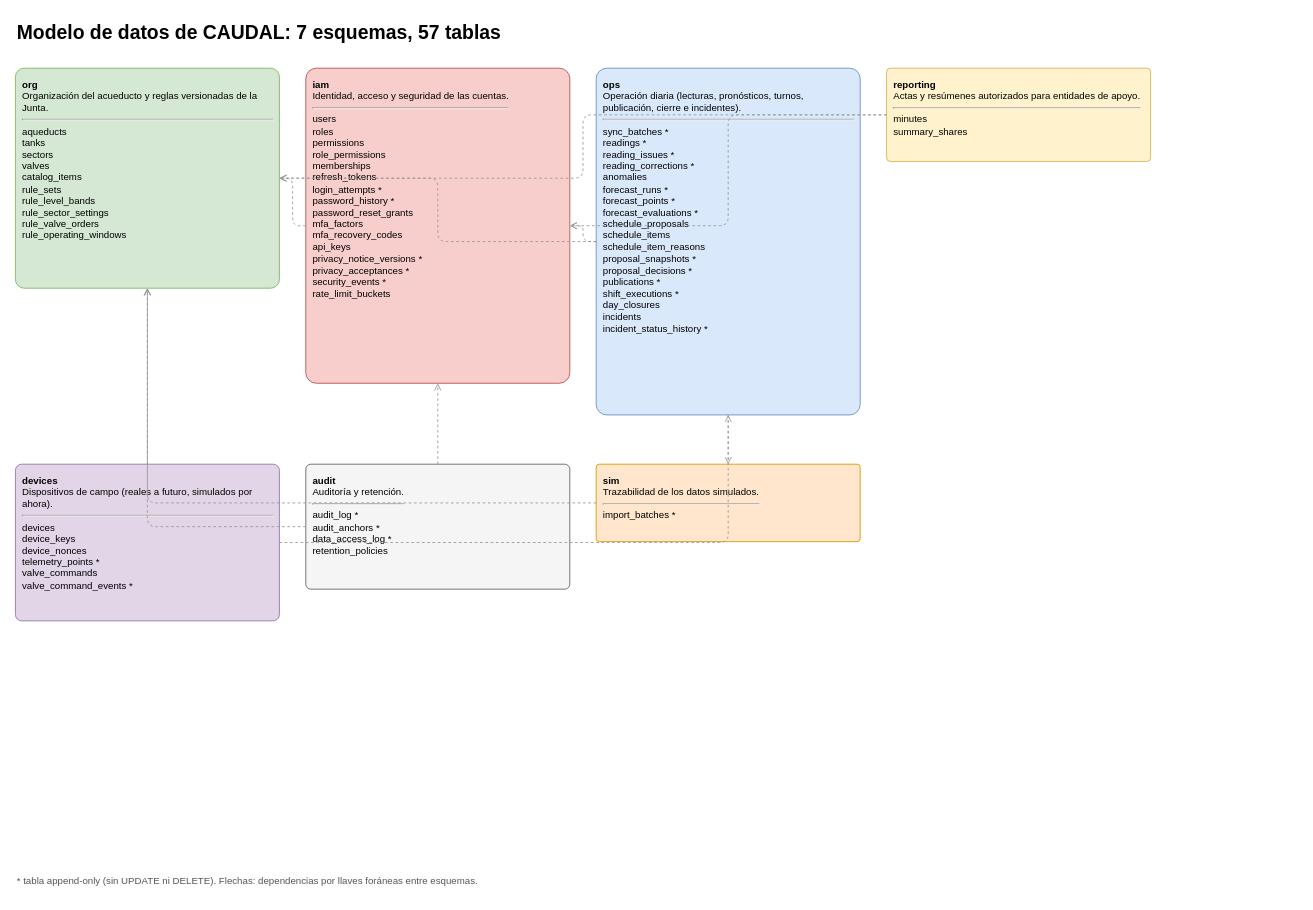
The draw.io diagram page "Vista general" (1 of 7) of docs/images/modelo-de-datos.drawio in NicoalsD/caudal-backend, before the edit. Source tidied: cells renumbered, new cells numbered last; positions are measured from the earlier drawing's top-left corner, leaving out a move shared by most shapes. Both pictures are drawn from the tidied source at 88%, with x=0, y=0 at pixel (15, 15).
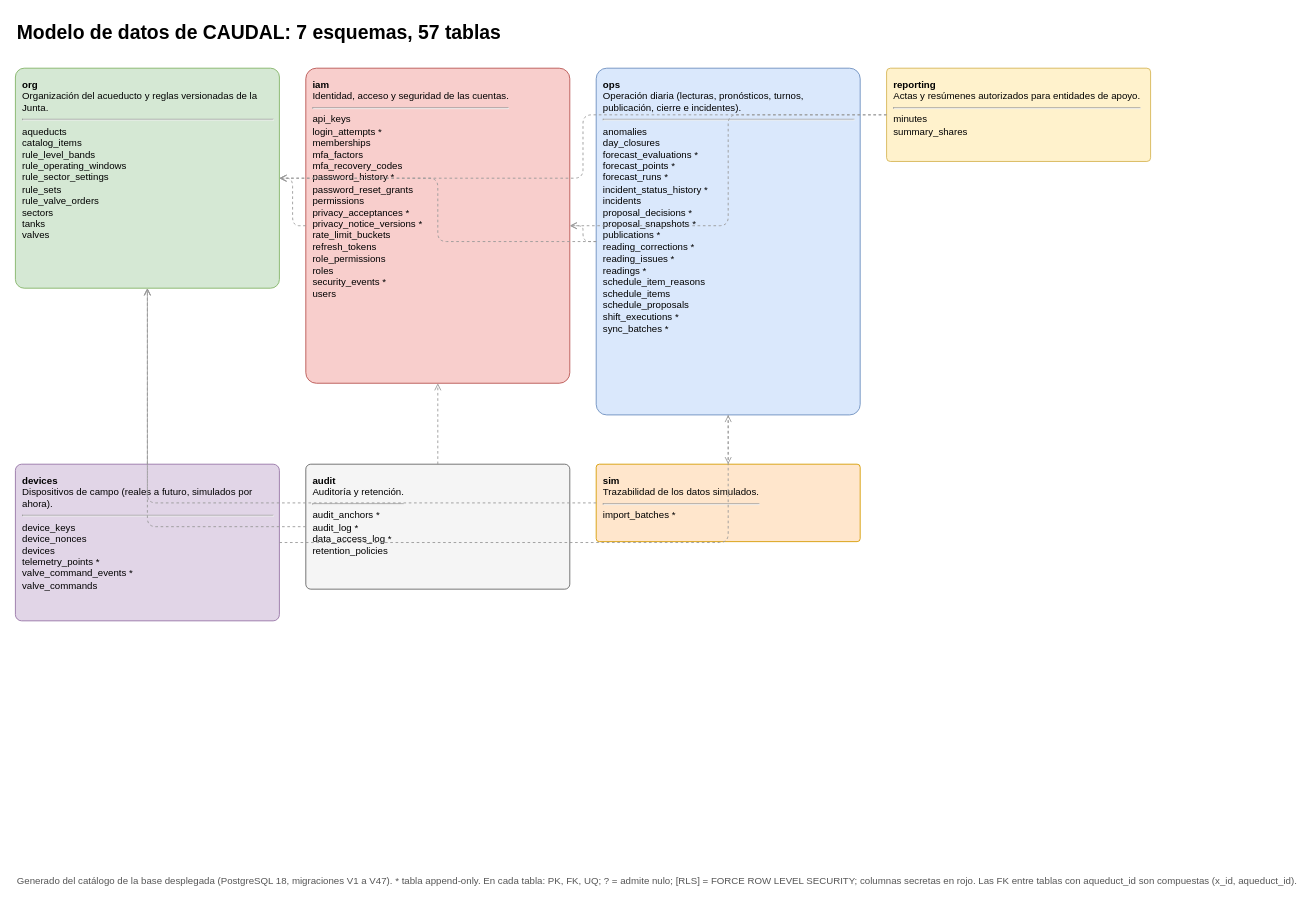
The same diagram, later.

Commit message (it also covers changes not shown here):
docs: actualiza la ERD de los siete esquemas

Diff of the diagram source:
```diff
@@
-    <mxCell id="3" value="&lt;b&gt;org&lt;/b&gt;&lt;br&gt;Organización del acueducto y reglas versionadas de la Junta.&lt;hr&gt;aqueducts&lt;br&gt;tanks&lt;br&gt;sectors&lt;br&gt;valves&lt;br&gt;catalog_items&lt;br&gt;rule_sets&lt;br&gt;rule_level_bands&lt;br&gt;rule_sector_settings&lt;br&gt;rule_valve_orders&lt;br&gt;rule_operating_windows" style="rounded=1;whiteSpace=wrap;html=1;align=left;verticalAlign=top;spacing=8;fillColor=#d5e8d4;strokeColor=#82b366;fontSize=11;arcSize=4;" parent="1" vertex="1">
+    <mxCell id="3" value="&lt;b&gt;org&lt;/b&gt;&lt;br&gt;Organización del acueducto y reglas versionadas de la Junta.&lt;hr&gt;aqueducts&lt;br&gt;catalog_items&lt;br&gt;rule_level_bands&lt;br&gt;rule_operating_windows&lt;br&gt;rule_sector_settings&lt;br&gt;rule_sets&lt;br&gt;rule_valve_orders&lt;br&gt;sectors&lt;br&gt;tanks&lt;br&gt;valves" style="rounded=1;whiteSpace=wrap;html=1;align=left;verticalAlign=top;spacing=8;fillColor=#d5e8d4;strokeColor=#82b366;fontSize=11;arcSize=4;" parent="1" vertex="1">
       <mxGeometry y="60" width="300" height="250" as="geometry" />
     </mxCell>
-    <mxCell id="4" value="&lt;b&gt;iam&lt;/b&gt;&lt;br&gt;Identidad, acceso y seguridad de las cuentas.&lt;hr&gt;users&lt;br&gt;roles&lt;br&gt;permissions&lt;br&gt;role_permissions&lt;br&gt;memberships&lt;br&gt;refresh_tokens&lt;br&gt;login_attempts *&lt;br&gt;password_history *&lt;br&gt;password_reset_grants&lt;br&gt;mfa_factors&lt;br&gt;mfa_recovery_codes&lt;br&gt;api_keys&lt;br&gt;privacy_notice_versions *&lt;br&gt;privacy_acceptances *&lt;br&gt;security_events *&lt;br&gt;rate_limit_buckets" style="rounded=1;whiteSpace=wrap;html=1;align=left;verticalAlign=top;spacing=8;fillColor=#f8cecc;strokeColor=#b85450;fontSize=11;arcSize=4;" parent="1" vertex="1">
+    <mxCell id="4" value="&lt;b&gt;iam&lt;/b&gt;&lt;br&gt;Identidad, acceso y seguridad de las cuentas.&lt;hr&gt;api_keys&lt;br&gt;login_attempts *&lt;br&gt;memberships&lt;br&gt;mfa_factors&lt;br&gt;mfa_recovery_codes&lt;br&gt;password_history *&lt;br&gt;password_reset_grants&lt;br&gt;permissions&lt;br&gt;privacy_acceptances *&lt;br&gt;privacy_notice_versions *&lt;br&gt;rate_limit_buckets&lt;br&gt;refresh_tokens&lt;br&gt;role_permissions&lt;br&gt;roles&lt;br&gt;security_events *&lt;br&gt;users" style="rounded=1;whiteSpace=wrap;html=1;align=left;verticalAlign=top;spacing=8;fillColor=#f8cecc;strokeColor=#b85450;fontSize=11;arcSize=4;" parent="1" vertex="1">
       <mxGeometry x="330" y="60" width="300" height="358" as="geometry" />
     </mxCell>
-    <mxCell id="5" value="&lt;b&gt;ops&lt;/b&gt;&lt;br&gt;Operación diaria (lecturas, pronósticos, turnos, publicación, cierre e incidentes).&lt;hr&gt;sync_batches *&lt;br&gt;readings *&lt;br&gt;reading_issues *&lt;br&gt;reading_corrections *&lt;br&gt;anomalies&lt;br&gt;forecast_runs *&lt;br&gt;forecast_points *&lt;br&gt;forecast_evaluations *&lt;br&gt;schedule_proposals&lt;br&gt;schedule_items&lt;br&gt;schedule_item_reasons&lt;br&gt;proposal_snapshots *&lt;br&gt;proposal_decisions *&lt;br&gt;publications *&lt;br&gt;shift_executions *&lt;br&gt;day_closures&lt;br&gt;incidents&lt;br&gt;incident_status_history *" style="rounded=1;whiteSpace=wrap;html=1;align=left;verticalAlign=top;spacing=8;fillColor=#dae8fc;strokeColor=#6c8ebf;fontSize=11;arcSize=4;" parent="1" vertex="1">
+    <mxCell id="5" value="&lt;b&gt;ops&lt;/b&gt;&lt;br&gt;Operación diaria (lecturas, pronósticos, turnos, publicación, cierre e incidentes).&lt;hr&gt;anomalies&lt;br&gt;day_closures&lt;br&gt;forecast_evaluations *&lt;br&gt;forecast_points *&lt;br&gt;forecast_runs *&lt;br&gt;incident_status_history *&lt;br&gt;incidents&lt;br&gt;proposal_decisions *&lt;br&gt;proposal_snapshots *&lt;br&gt;publications *&lt;br&gt;reading_corrections *&lt;br&gt;reading_issues *&lt;br&gt;readings *&lt;br&gt;schedule_item_reasons&lt;br&gt;schedule_items&lt;br&gt;schedule_proposals&lt;br&gt;shift_executions *&lt;br&gt;sync_batches *" style="rounded=1;whiteSpace=wrap;html=1;align=left;verticalAlign=top;spacing=8;fillColor=#dae8fc;strokeColor=#6c8ebf;fontSize=11;arcSize=4;" parent="1" vertex="1">
       <mxGeometry x="660" y="60" width="300" height="394" as="geometry" />
     </mxCell>
@@
-    <mxCell id="7" value="&lt;b&gt;devices&lt;/b&gt;&lt;br&gt;Dispositivos de campo (reales a futuro, simulados por ahora).&lt;hr&gt;devices&lt;br&gt;device_keys&lt;br&gt;device_nonces&lt;br&gt;telemetry_points *&lt;br&gt;valve_commands&lt;br&gt;valve_command_events *" style="rounded=1;whiteSpace=wrap;html=1;align=left;verticalAlign=top;spacing=8;fillColor=#e1d5e7;strokeColor=#9673a6;fontSize=11;arcSize=4;" parent="1" vertex="1">
+    <mxCell id="7" value="&lt;b&gt;devices&lt;/b&gt;&lt;br&gt;Dispositivos de campo (reales a futuro, simulados por ahora).&lt;hr&gt;device_keys&lt;br&gt;device_nonces&lt;br&gt;devices&lt;br&gt;telemetry_points *&lt;br&gt;valve_command_events *&lt;br&gt;valve_commands" style="rounded=1;whiteSpace=wrap;html=1;align=left;verticalAlign=top;spacing=8;fillColor=#e1d5e7;strokeColor=#9673a6;fontSize=11;arcSize=4;" parent="1" vertex="1">
       <mxGeometry y="510" width="300" height="178" as="geometry" />
     </mxCell>
-    <mxCell id="8" value="&lt;b&gt;audit&lt;/b&gt;&lt;br&gt;Auditoría y retención.&lt;hr&gt;audit_log *&lt;br&gt;audit_anchors *&lt;br&gt;data_access_log *&lt;br&gt;retention_policies" style="rounded=1;whiteSpace=wrap;html=1;align=left;verticalAlign=top;spacing=8;fillColor=#f5f5f5;strokeColor=#666666;fontSize=11;arcSize=4;" parent="1" vertex="1">
+    <mxCell id="8" value="&lt;b&gt;audit&lt;/b&gt;&lt;br&gt;Auditoría y retención.&lt;hr&gt;audit_anchors *&lt;br&gt;audit_log *&lt;br&gt;data_access_log *&lt;br&gt;retention_policies" style="rounded=1;whiteSpace=wrap;html=1;align=left;verticalAlign=top;spacing=8;fillColor=#f5f5f5;strokeColor=#666666;fontSize=11;arcSize=4;" parent="1" vertex="1">
       <mxGeometry x="330" y="510" width="300" height="142" as="geometry" />
     </mxCell>
@@
-    <mxCell id="21" value="* tabla append-only (sin UPDATE ni DELETE). Flechas: dependencias por llaves foráneas entre esquemas." style="text;html=1;fontSize=11;align=left;fontColor=#555555;" parent="1" vertex="1">
+    <mxCell id="21" value="Generado del catálogo de la base desplegada (PostgreSQL 18, migraciones V1 a V47). * tabla append-only. En cada tabla: PK, FK, UQ; ? = admite nulo; [RLS] = FORCE ROW LEVEL SECURITY; columnas secretas en rojo. Las FK entre tablas con aqueduct_id son compuestas (x_id, aqueduct_id)." style="text;html=1;fontSize=11;align=left;fontColor=#555555;" parent="1" vertex="1">
       <mxGeometry y="970" width="900" height="30" as="geometry" />
     </mxCell>
```
